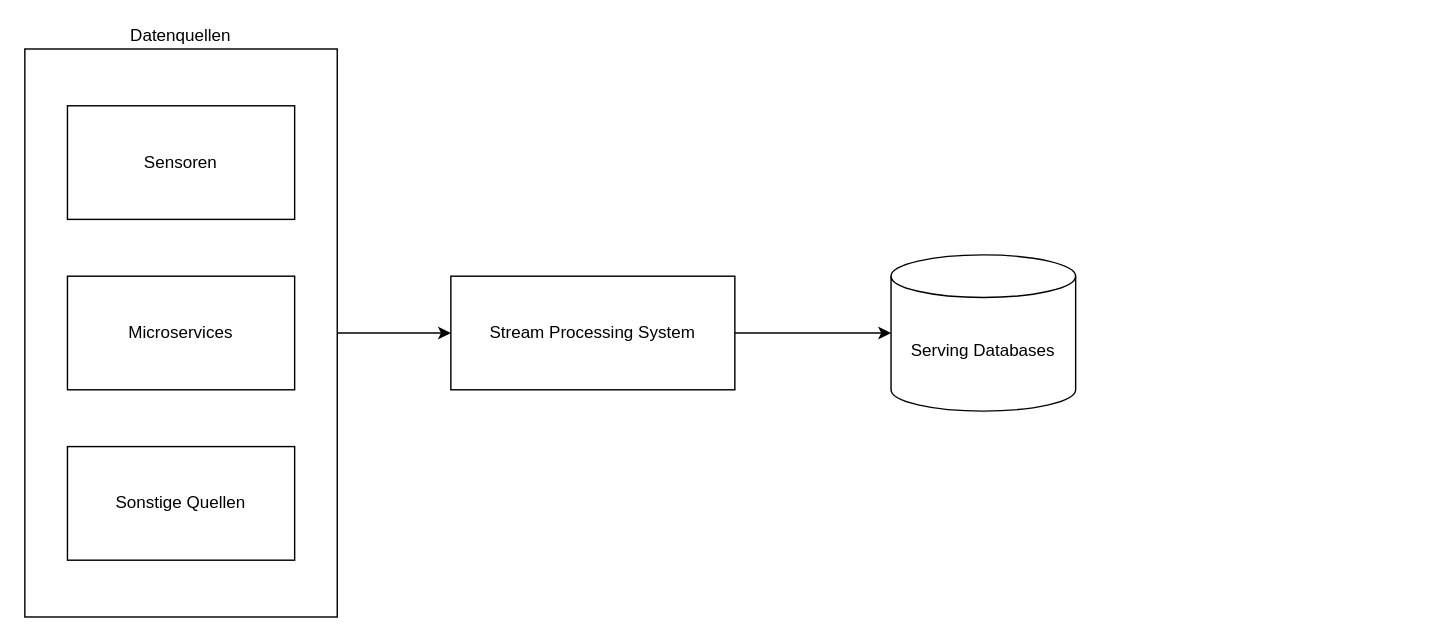
This is Kappa.drawio from ChFries/DLBINGDABD01, a draw.io file, before an edit. Source tidied: cells renumbered, new cells numbered last; positions are measured from the earlier drawing's top-left corner, leaving out a move shared by most shapes. Both pictures are drawn from the tidied source at 142%, with x=0, y=0 at pixel (24, 48).
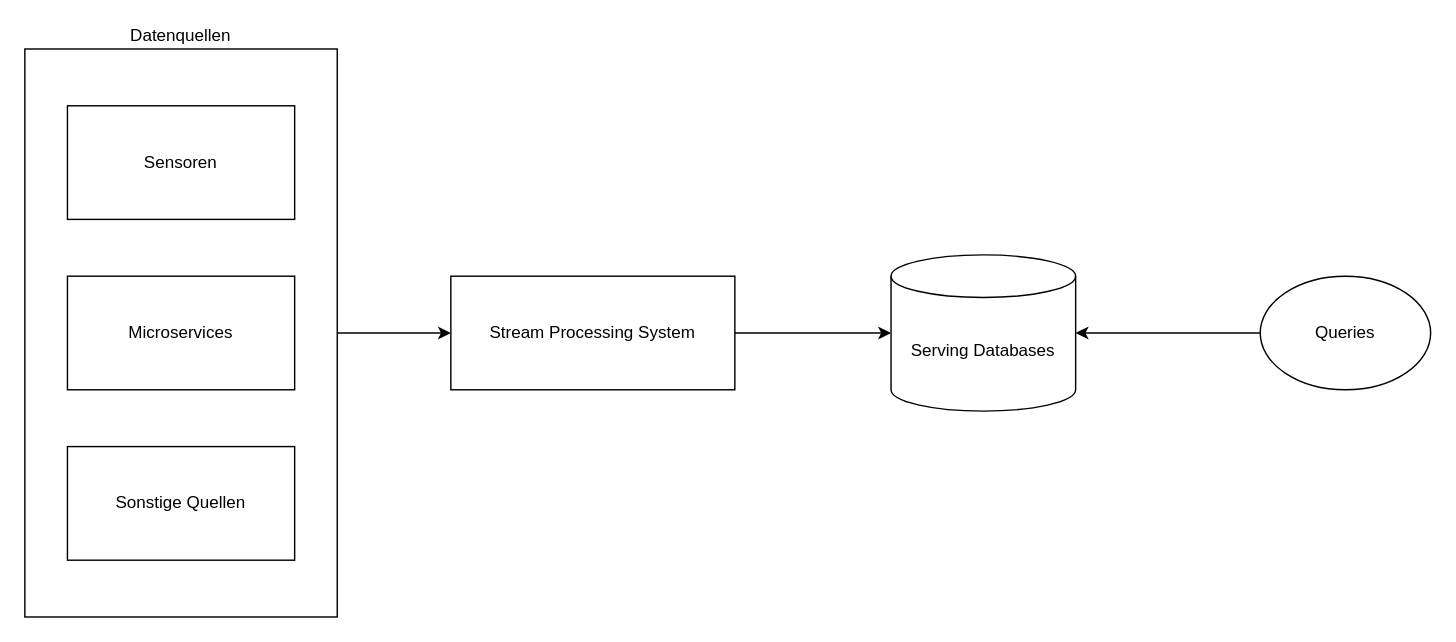
After the change.

Change to the diagram source:
```diff
@@
 <mxGraphModel>
   <root>
     <mxCell id="0" />
     <mxCell id="1" parent="0" />
     <mxCell id="2" value="Datenquellen" style="rounded=0;whiteSpace=wrap;html=1;labelPosition=center;verticalLabelPosition=top;align=center;verticalAlign=bottom;" parent="1" vertex="1">
       <mxGeometry width="220" height="400" as="geometry" />
     </mxCell>
     <mxCell id="3" value="Sensoren" style="rounded=0;whiteSpace=wrap;html=1;" parent="1" vertex="1">
       <mxGeometry x="30" y="40" width="160" height="80" as="geometry" />
     </mxCell>
     <mxCell id="4" value="Microservices" style="rounded=0;whiteSpace=wrap;html=1;" parent="1" vertex="1">
       <mxGeometry x="30" y="160" width="160" height="80" as="geometry" />
     </mxCell>
     <mxCell id="5" value="Sonstige Quellen" style="rounded=0;whiteSpace=wrap;html=1;" parent="1" vertex="1">
       <mxGeometry x="30" y="280" width="160" height="80" as="geometry" />
     </mxCell>
     <mxCell id="6" value="Stream Processing System" style="rounded=0;whiteSpace=wrap;html=1;" parent="1" vertex="1">
       <mxGeometry x="300" y="160" width="200" height="80" as="geometry" />
     </mxCell>
     <mxCell id="7" style="endArrow=classic;html=1;rounded=0;entryX=0;entryY=0.5;entryDx=0;entryDy=0;exitX=1;exitY=0.5;exitDx=0;exitDy=0;" parent="1" edge="1" source="2" target="6">
       <mxGeometry relative="1" as="geometry" />
     </mxCell>
     <mxCell id="8" style="endArrow=classic;html=1;rounded=0;entryX=0;entryY=0.5;entryDx=0;entryDy=0;exitX=1;exitY=0.5;exitDx=0;exitDy=0;entryPerimeter=0;" parent="1" edge="1" source="6" target="9">
       <mxGeometry relative="1" as="geometry" />
     </mxCell>
     <mxCell id="9" value="Serving Databases" style="shape=cylinder3;whiteSpace=wrap;html=1;boundedLbl=1;backgroundOutline=1;size=15;" parent="1" vertex="1">
       <mxGeometry x="610" y="145" width="130" height="110" as="geometry" />
     </mxCell>
+    <mxCell id="10" value="Queries" style="ellipse;whiteSpace=wrap;html=1;" parent="1" vertex="1">
+      <mxGeometry x="870" y="160" width="120" height="80" as="geometry" />
+    </mxCell>
+    <mxCell id="11" style="endArrow=classic;html=1;rounded=0;exitX=0;exitY=0.5;exitDx=0;exitDy=0;entryX=1;entryY=0.5;entryDx=0;entryDy=0;entryPerimeter=0;" parent="1" edge="1" source="10" target="9">
+      <mxGeometry relative="1" as="geometry" />
+    </mxCell>
   </root>
 </mxGraphModel>
```
